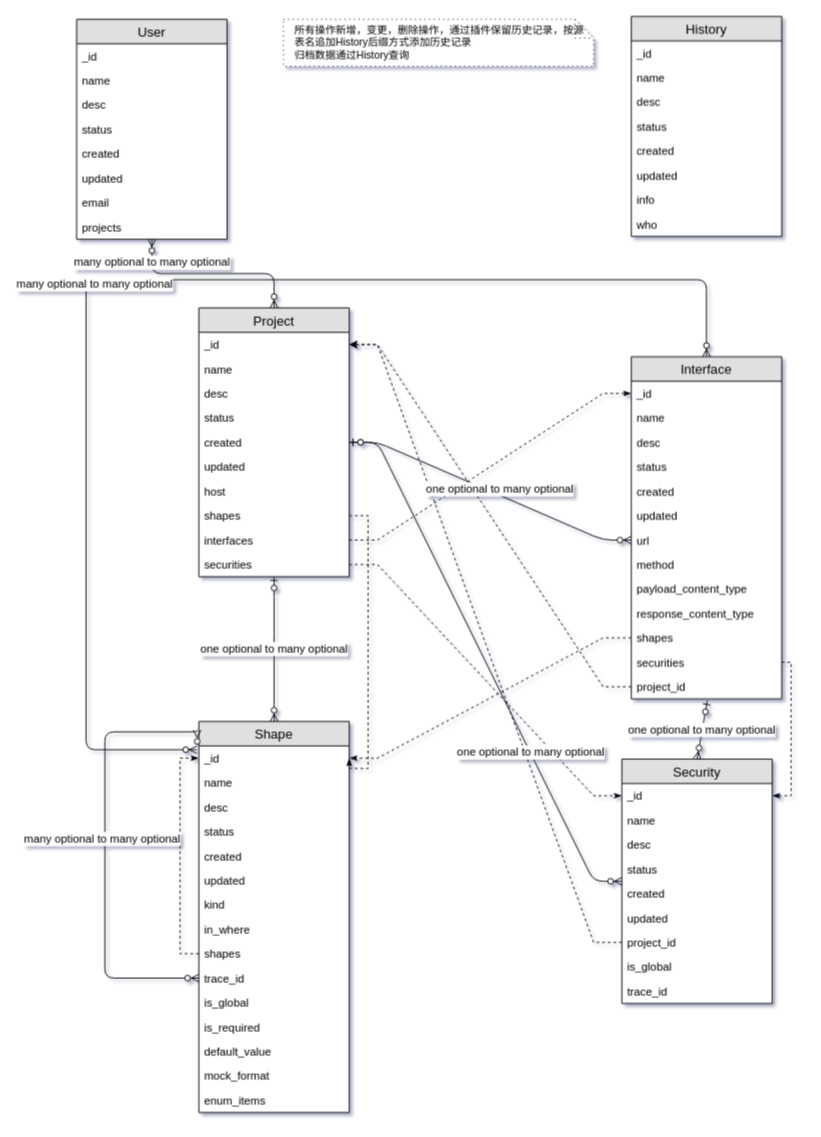
The draw.io diagram apiplatform/apischema.drawio in 0851/draw, before the edit. Source tidied: cells renumbered, new cells numbered last; positions are measured from the earlier drawing's top-left corner, leaving out a move shared by most shapes. Both pictures are drawn from the tidied source at 94%, with x=0, y=0 at pixel (76, 16).
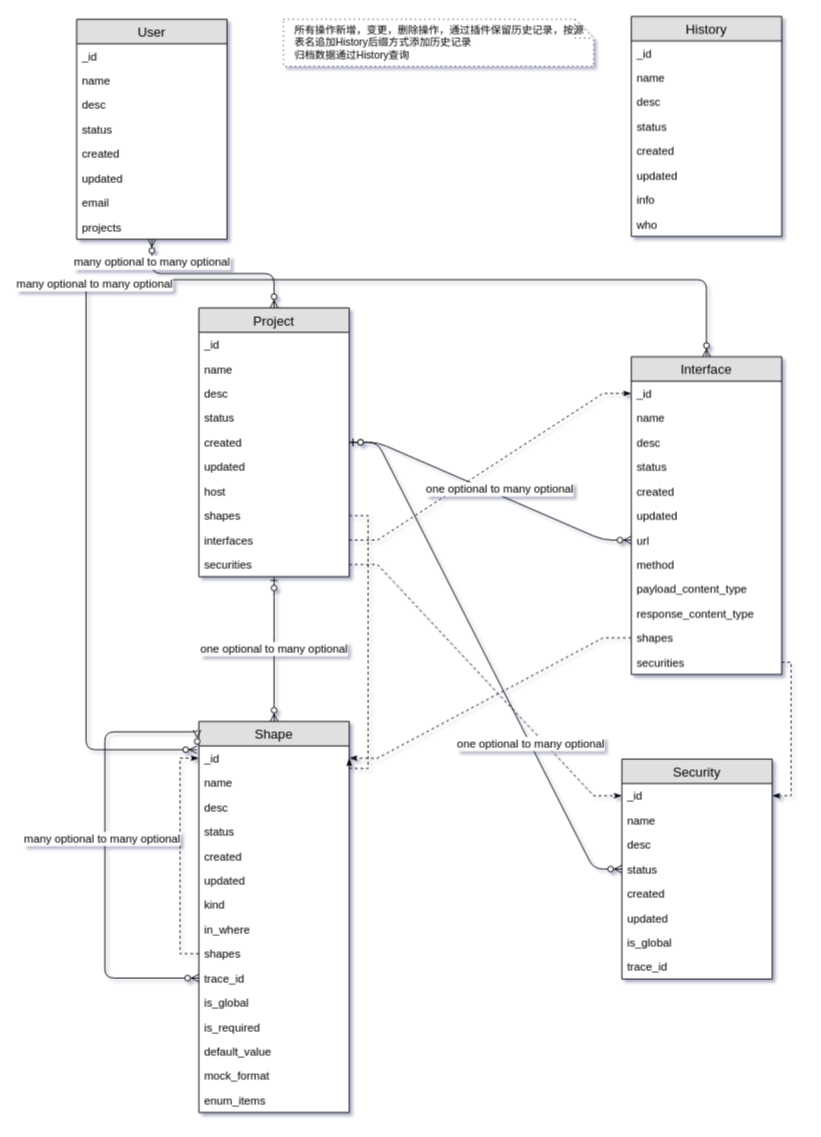
After the change.

The change refers to these unchanged cells:
```xml
<mxCell id="46" value="_id" style="text;strokeColor=none;fillColor=none;spacingLeft=4;spacingRight=4;overflow=hidden;points=[[0,0.5],[1,0.5]];portConstraint=eastwest;fontSize=12;" parent="45" vertex="1">
  <mxGeometry y="26" width="160" height="26" as="geometry" />
</mxCell>
```

Diff of the diagram source:
```diff
@@
     <mxCell id="12" value="Interface" style="swimlane;fontStyle=0;horizontal=1;startSize=26;fillColor=#e0e0e0;swimlaneFillColor=#ffffff;align=center;fontSize=14;" parent="1" vertex="1">
-      <mxGeometry x="590" y="362" width="160" height="364" as="geometry" />
+      <mxGeometry x="590" y="362" width="160" height="338" as="geometry" />
     </mxCell>
@@
-    <mxCell id="25" value="project_id" style="text;strokeColor=none;fillColor=none;spacingLeft=4;spacingRight=4;overflow=hidden;points=[[0,0.5],[1,0.5]];portConstraint=eastwest;fontSize=12;" parent="12" vertex="1">
-      <mxGeometry y="338" width="160" height="26" as="geometry" />
-    </mxCell>
@@
     <mxCell id="56" value="Security" style="swimlane;fontStyle=0;horizontal=1;startSize=26;fillColor=#e0e0e0;swimlaneFillColor=#ffffff;align=center;fontSize=14;" parent="1" vertex="1">
-      <mxGeometry x="580" y="790" width="160" height="260" as="geometry" />
+      <mxGeometry x="580" y="790" width="160" height="234" as="geometry" />
     </mxCell>
@@
-    <mxCell id="63" value="project_id" style="text;strokeColor=none;fillColor=none;spacingLeft=4;spacingRight=4;overflow=hidden;points=[[0,0.5],[1,0.5]];portConstraint=eastwest;fontSize=12;" parent="56" vertex="1">
-      <mxGeometry y="182" width="160" height="26" as="geometry" />
-    </mxCell>
     <mxCell id="64" value="is_global" style="text;strokeColor=none;fillColor=none;spacingLeft=4;spacingRight=4;overflow=hidden;fontSize=12;" parent="56" vertex="1">
-      <mxGeometry y="208" width="160" height="26" as="geometry" />
+      <mxGeometry y="182" width="160" height="26" as="geometry" />
     </mxCell>
     <mxCell id="65" value="trace_id" style="text;strokeColor=none;fillColor=none;spacingLeft=4;spacingRight=4;overflow=hidden;fontSize=12;" parent="56" vertex="1">
-      <mxGeometry y="234" width="160" height="26" as="geometry" />
+      <mxGeometry y="208" width="160" height="26" as="geometry" />
     </mxCell>
@@
-    <mxCell id="75" style="rounded=0;jettySize=auto;html=1;edgeStyle=entityRelationEdgeStyle;dashed=1;" parent="1" edge="1" source="25" target="46">
-      <mxGeometry relative="1" as="geometry" />
-    </mxCell>
@@
-    <mxCell id="77" style="rounded=0;jettySize=auto;html=1;edgeStyle=entityRelationEdgeStyle;elbow=vertical;dashed=1;" parent="1" edge="1" source="63" target="46">
-      <mxGeometry x="-0.77" y="63" relative="1" as="geometry" />
-    </mxCell>
@@
-    <mxCell id="88" value="one optional to many optional" style="fontSize=12;html=1;endArrow=ERzeroToMany;startArrow=ERzeroToOne;entryX=0.5;entryY=0;entryDx=0;entryDy=0;exitX=0.506;exitY=1.071;exitDx=0;exitDy=0;exitPerimeter=0;" parent="1" edge="1" source="25" target="56">
-      <mxGeometry relative="1" as="geometry" />
-    </mxCell>
```
